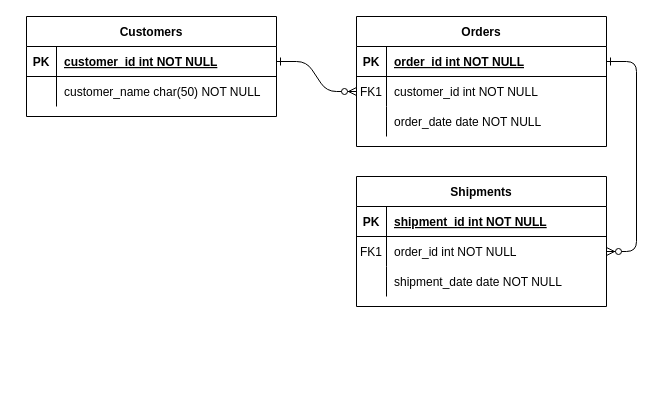
The draw.io diagram Diagramme sans nom.drawio in leonardo75018/nodejs-rest-api-technical-test, before the edit. Source tidied: cells renumbered, new cells numbered last; positions are measured from the earlier drawing's top-left corner, leaving out a move shared by most shapes. Both pictures are drawn from the tidied source at 100%, with x=0, y=0 at pixel (26, 16).
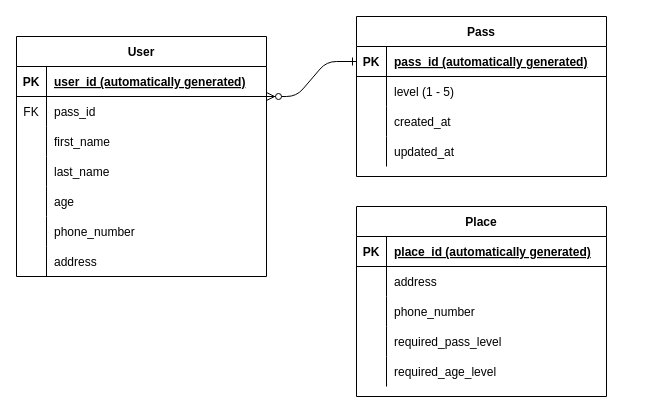
The same page after the edit.

Commit message:
Mettre à jour Diagramme.drawio

Unchanged cells that the change refers to:
```xml
<mxCell id="5" style="shape=partialRectangle;fillColor=none;points=[[0,0.5],[1,0.5]];portConstraint=eastwest;top=0;left=0;right=0;bottom=1;" parent="4" vertex="1">
  <mxGeometry y="30" width="250" height="30" as="geometry" />
</mxCell>
<mxCell id="15" style="shape=partialRectangle;fillColor=none;top=0;left=0;right=0;bottom=1;" parent="14" vertex="1">
  <mxGeometry y="30" width="250" height="30" as="geometry" />
</mxCell>
<mxCell id="18" style="shape=partialRectangle;fillColor=none;points=[[0,0.5],[1,0.5]];portConstraint=eastwest;top=0;left=0;right=0;bottom=0;" parent="14" vertex="1">
  <mxGeometry y="60" width="250" height="30" as="geometry" />
</mxCell>
<mxCell id="21" style="shape=partialRectangle;fillColor=none;top=0;left=0;right=0;bottom=0;" parent="14" vertex="1">
  <mxGeometry y="90" width="250" height="30" as="geometry" />
</mxCell>
```

The edit, as a diff of the source:
```diff
@@
-    <mxCell id="2" style="edgeStyle=entityRelationEdgeStyle;endArrow=ERzeroToMany;startArrow=ERone;endFill=1;startFill=0;" parent="1" edge="1" source="25" target="8">
-      <mxGeometry relative="1" as="geometry" />
-    </mxCell>
-    <mxCell id="3" style="edgeStyle=entityRelationEdgeStyle;endArrow=ERzeroToMany;startArrow=ERone;endFill=1;startFill=0;" parent="1" edge="1" source="5" target="18">
-      <mxGeometry relative="1" as="geometry" />
-    </mxCell>
+    <mxCell id="24" value="User" style="shape=table;startSize=30;childLayout=tableLayout;rowLines=0;fontStyle=1;align=center;" parent="1" vertex="1">
+      <mxGeometry x="-10" y="20" width="250" height="240" as="geometry" />
+    </mxCell>
+    <mxCell id="25" style="shape=partialRectangle;fillColor=none;points=[[0,0.5],[1,0.5]];portConstraint=eastwest;top=0;left=0;right=0;bottom=1;" parent="24" vertex="1">
+      <mxGeometry y="30" width="250" height="30" as="geometry" />
+    </mxCell>
+    <mxCell id="26" value="PK" style="shape=partialRectangle;overflow=hidden;fillColor=none;top=0;left=0;bottom=0;right=0;fontStyle=1;" parent="25" vertex="1">
+      <mxGeometry width="30" height="30" as="geometry" />
+    </mxCell>
+    <mxCell id="27" value="user_id (automatically generated) " style="shape=partialRectangle;overflow=hidden;fillColor=none;top=0;left=0;bottom=0;right=0;align=left;spacingLeft=6;fontStyle=5;" parent="25" vertex="1">
+      <mxGeometry x="30" width="220" height="30" as="geometry" />
+    </mxCell>
+    <mxCell id="31" style="shape=tableRow;horizontal=0;startSize=0;swimlaneHead=0;swimlaneBody=0;fillColor=none;top=0;left=0;right=0;bottom=0;" parent="24" vertex="1">
+      <mxGeometry y="60" width="250" height="30" as="geometry" />
+    </mxCell>
+    <mxCell id="32" value="FK" style="shape=partialRectangle;fillColor=none;top=0;left=0;bottom=0;right=0;fontStyle=0;overflow=hidden;" parent="31" vertex="1">
+      <mxGeometry width="30" height="30" as="geometry" />
+    </mxCell>
+    <mxCell id="33" value="pass_id" style="shape=partialRectangle;fillColor=none;top=0;left=0;bottom=0;right=0;align=left;spacingLeft=6;fontStyle=0;overflow=hidden;" parent="31" vertex="1">
+      <mxGeometry x="30" width="220" height="30" as="geometry" />
+    </mxCell>
+    <mxCell id="28" style="shape=partialRectangle;fillColor=none;top=0;left=0;right=0;bottom=0;" parent="24" vertex="1">
+      <mxGeometry y="90" width="250" height="30" as="geometry" />
+    </mxCell>
+    <mxCell id="29" style="shape=partialRectangle;overflow=hidden;fillColor=none;top=0;left=0;bottom=0;right=0;" parent="28" vertex="1">
+      <mxGeometry width="30" height="30" as="geometry" />
+    </mxCell>
+    <mxCell id="30" value="first_name" style="shape=partialRectangle;overflow=hidden;fillColor=none;top=0;left=0;bottom=0;right=0;align=left;spacingLeft=6;" parent="28" vertex="1">
+      <mxGeometry x="30" width="220" height="30" as="geometry" />
+    </mxCell>
+    <mxCell id="34" style="shape=tableRow;horizontal=0;startSize=0;swimlaneHead=0;swimlaneBody=0;fillColor=none;top=0;left=0;right=0;bottom=0;" parent="24" vertex="1">
+      <mxGeometry y="120" width="250" height="30" as="geometry" />
+    </mxCell>
+    <mxCell id="35" style="shape=partialRectangle;fillColor=none;top=0;left=0;bottom=0;right=0;overflow=hidden;" parent="34" vertex="1">
+      <mxGeometry width="30" height="30" as="geometry" />
+    </mxCell>
+    <mxCell id="36" value="last_name" style="shape=partialRectangle;fillColor=none;top=0;left=0;bottom=0;right=0;align=left;spacingLeft=6;overflow=hidden;" parent="34" vertex="1">
+      <mxGeometry x="30" width="220" height="30" as="geometry" />
+    </mxCell>
+    <mxCell id="37" style="shape=tableRow;horizontal=0;startSize=0;swimlaneHead=0;swimlaneBody=0;fillColor=none;top=0;left=0;right=0;bottom=0;" parent="24" vertex="1">
+      <mxGeometry y="150" width="250" height="30" as="geometry" />
+    </mxCell>
+    <mxCell id="38" style="shape=partialRectangle;fillColor=none;top=0;left=0;bottom=0;right=0;overflow=hidden;" parent="37" vertex="1">
+      <mxGeometry width="30" height="30" as="geometry" />
+    </mxCell>
+    <mxCell id="39" value="age" style="shape=partialRectangle;fillColor=none;top=0;left=0;bottom=0;right=0;align=left;spacingLeft=6;overflow=hidden;" parent="37" vertex="1">
+      <mxGeometry x="30" width="220" height="30" as="geometry" />
+    </mxCell>
+    <mxCell id="40" style="shape=tableRow;horizontal=0;startSize=0;swimlaneHead=0;swimlaneBody=0;fillColor=none;top=0;left=0;right=0;bottom=0;" parent="24" vertex="1">
+      <mxGeometry y="180" width="250" height="30" as="geometry" />
+    </mxCell>
+    <mxCell id="41" style="shape=partialRectangle;fillColor=none;top=0;left=0;bottom=0;right=0;overflow=hidden;" parent="40" vertex="1">
+      <mxGeometry width="30" height="30" as="geometry" />
+    </mxCell>
+    <mxCell id="42" value="phone_number" style="shape=partialRectangle;fillColor=none;top=0;left=0;bottom=0;right=0;align=left;spacingLeft=6;overflow=hidden;" parent="40" vertex="1">
+      <mxGeometry x="30" width="220" height="30" as="geometry" />
+    </mxCell>
+    <mxCell id="43" style="shape=tableRow;horizontal=0;startSize=0;swimlaneHead=0;swimlaneBody=0;fillColor=none;top=0;left=0;right=0;bottom=0;" parent="24" vertex="1">
+      <mxGeometry y="210" width="250" height="30" as="geometry" />
+    </mxCell>
+    <mxCell id="44" style="shape=partialRectangle;fillColor=none;top=0;left=0;bottom=0;right=0;overflow=hidden;" parent="43" vertex="1">
+      <mxGeometry width="30" height="30" as="geometry" />
+    </mxCell>
+    <mxCell id="45" value="address" style="shape=partialRectangle;fillColor=none;top=0;left=0;bottom=0;right=0;align=left;spacingLeft=6;overflow=hidden;" parent="43" vertex="1">
+      <mxGeometry x="30" width="220" height="30" as="geometry" />
+    </mxCell>
-    <mxCell id="4" value="Orders" style="shape=table;startSize=30;childLayout=tableLayout;rowLines=0;fontStyle=1;align=center;" parent="1" vertex="1">
-      <mxGeometry x="330" width="250" height="130" as="geometry" />
+    <mxCell id="4" value="Pass" style="shape=table;startSize=30;childLayout=tableLayout;rowLines=0;fontStyle=1;align=center;" parent="1" vertex="1">
+      <mxGeometry x="330" width="250" height="160" as="geometry" />
     </mxCell>
@@
-    <mxCell id="7" value="order_id int NOT NULL " style="shape=partialRectangle;overflow=hidden;fillColor=none;top=0;left=0;bottom=0;right=0;align=left;spacingLeft=6;fontStyle=5;" parent="5" vertex="1">
+    <mxCell id="7" value="pass_id (automatically generated) " style="shape=partialRectangle;overflow=hidden;fillColor=none;top=0;left=0;bottom=0;right=0;align=left;spacingLeft=6;fontStyle=5;" parent="5" vertex="1">
       <mxGeometry x="30" width="220" height="30" as="geometry" />
     </mxCell>
-    <mxCell id="8" style="shape=partialRectangle;fillColor=none;points=[[0,0.5],[1,0.5]];portConstraint=eastwest;top=0;left=0;right=0;bottom=0;" parent="4" vertex="1">
-      <mxGeometry y="60" width="250" height="30" as="geometry" />
-    </mxCell>
-    <mxCell id="9" value="FK1" style="shape=partialRectangle;overflow=hidden;fillColor=none;top=0;left=0;bottom=0;right=0;" parent="8" vertex="1">
-      <mxGeometry width="30" height="30" as="geometry" />
-    </mxCell>
-    <mxCell id="10" value="customer_id int NOT NULL" style="shape=partialRectangle;overflow=hidden;fillColor=none;top=0;left=0;bottom=0;right=0;align=left;spacingLeft=6;" parent="8" vertex="1">
-      <mxGeometry x="30" width="220" height="30" as="geometry" />
-    </mxCell>
     <mxCell id="11" style="shape=partialRectangle;fillColor=none;top=0;left=0;right=0;bottom=0;" parent="4" vertex="1">
-      <mxGeometry y="90" width="250" height="30" as="geometry" />
+      <mxGeometry y="60" width="250" height="30" as="geometry" />
     </mxCell>
@@
-    <mxCell id="13" value="order_date date NOT NULL" style="shape=partialRectangle;overflow=hidden;fillColor=none;top=0;left=0;bottom=0;right=0;align=left;spacingLeft=6;" parent="11" vertex="1">
+    <mxCell id="13" value="level (1 - 5)" style="shape=partialRectangle;overflow=hidden;fillColor=none;top=0;left=0;bottom=0;right=0;align=left;spacingLeft=6;" parent="11" vertex="1">
       <mxGeometry x="30" width="220" height="30" as="geometry" />
     </mxCell>
+    <mxCell id="46" style="shape=tableRow;horizontal=0;startSize=0;swimlaneHead=0;swimlaneBody=0;fillColor=none;top=0;left=0;right=0;bottom=0;" parent="4" vertex="1">
+      <mxGeometry y="90" width="250" height="30" as="geometry" />
+    </mxCell>
+    <mxCell id="47" style="shape=partialRectangle;fillColor=none;top=0;left=0;bottom=0;right=0;overflow=hidden;" parent="46" vertex="1">
+      <mxGeometry width="30" height="30" as="geometry" />
+    </mxCell>
+    <mxCell id="48" value="created_at" style="shape=partialRectangle;fillColor=none;top=0;left=0;bottom=0;right=0;align=left;spacingLeft=6;overflow=hidden;" parent="46" vertex="1">
+      <mxGeometry x="30" width="220" height="30" as="geometry" />
+    </mxCell>
+    <mxCell id="49" style="shape=tableRow;horizontal=0;startSize=0;swimlaneHead=0;swimlaneBody=0;fillColor=none;top=0;left=0;right=0;bottom=0;" parent="4" vertex="1">
+      <mxGeometry y="120" width="250" height="30" as="geometry" />
+    </mxCell>
+    <mxCell id="50" style="shape=partialRectangle;fillColor=none;top=0;left=0;bottom=0;right=0;overflow=hidden;" parent="49" vertex="1">
+      <mxGeometry width="30" height="30" as="geometry" />
+    </mxCell>
+    <mxCell id="51" value="updated_at" style="shape=partialRectangle;fillColor=none;top=0;left=0;bottom=0;right=0;align=left;spacingLeft=6;overflow=hidden;" parent="49" vertex="1">
+      <mxGeometry x="30" width="220" height="30" as="geometry" />
+    </mxCell>
-    <mxCell id="14" value="Shipments" style="shape=table;startSize=30;childLayout=tableLayout;rowLines=0;fontStyle=1;align=center;" parent="1" vertex="1">
-      <mxGeometry x="330" y="160" width="250" height="130" as="geometry" />
+    <mxCell id="14" value="Place" style="shape=table;startSize=30;childLayout=tableLayout;rowLines=0;fontStyle=1;align=center;" parent="1" vertex="1">
+      <mxGeometry x="330" y="190" width="250" height="190" as="geometry" />
     </mxCell>
@@
-    <mxCell id="17" value="shipment_id int NOT NULL " style="shape=partialRectangle;overflow=hidden;fillColor=none;top=0;left=0;bottom=0;right=0;align=left;spacingLeft=6;fontStyle=5;" parent="15" vertex="1">
+    <mxCell id="17" value="place_id (automatically generated) " style="shape=partialRectangle;overflow=hidden;fillColor=none;top=0;left=0;bottom=0;right=0;align=left;spacingLeft=6;fontStyle=5;" parent="15" vertex="1">
       <mxGeometry x="30" width="220" height="30" as="geometry" />
     </mxCell>
@@
-    <mxCell id="19" value="FK1" style="shape=partialRectangle;overflow=hidden;fillColor=none;top=0;left=0;bottom=0;right=0;" parent="18" vertex="1">
+    <mxCell id="19" style="shape=partialRectangle;overflow=hidden;fillColor=none;top=0;left=0;bottom=0;right=0;" parent="18" vertex="1">
       <mxGeometry width="30" height="30" as="geometry" />
     </mxCell>
-    <mxCell id="20" value="order_id int NOT NULL" style="shape=partialRectangle;overflow=hidden;fillColor=none;top=0;left=0;bottom=0;right=0;align=left;spacingLeft=6;" parent="18" vertex="1">
+    <mxCell id="20" value="address" style="shape=partialRectangle;overflow=hidden;fillColor=none;top=0;left=0;bottom=0;right=0;align=left;spacingLeft=6;" parent="18" vertex="1">
       <mxGeometry x="30" width="220" height="30" as="geometry" />
     </mxCell>
@@
-    <mxCell id="23" value="shipment_date date NOT NULL" style="shape=partialRectangle;overflow=hidden;fillColor=none;top=0;left=0;bottom=0;right=0;align=left;spacingLeft=6;" parent="21" vertex="1">
+    <mxCell id="23" value="phone_number" style="shape=partialRectangle;overflow=hidden;fillColor=none;top=0;left=0;bottom=0;right=0;align=left;spacingLeft=6;" parent="21" vertex="1">
       <mxGeometry x="30" width="220" height="30" as="geometry" />
     </mxCell>
-    <mxCell id="24" value="Customers" style="shape=table;startSize=30;childLayout=tableLayout;rowLines=0;fontStyle=1;align=center;" parent="1" vertex="1">
-      <mxGeometry width="250" height="100" as="geometry" />
-    </mxCell>
-    <mxCell id="25" style="shape=partialRectangle;fillColor=none;points=[[0,0.5],[1,0.5]];portConstraint=eastwest;top=0;left=0;right=0;bottom=1;" parent="24" vertex="1">
-      <mxGeometry y="30" width="250" height="30" as="geometry" />
-    </mxCell>
-    <mxCell id="26" value="PK" style="shape=partialRectangle;overflow=hidden;fillColor=none;top=0;left=0;bottom=0;right=0;fontStyle=1;" parent="25" vertex="1">
-      <mxGeometry width="30" height="30" as="geometry" />
-    </mxCell>
-    <mxCell id="27" value="customer_id int NOT NULL " style="shape=partialRectangle;overflow=hidden;fillColor=none;top=0;left=0;bottom=0;right=0;align=left;spacingLeft=6;fontStyle=5;" parent="25" vertex="1">
-      <mxGeometry x="30" width="220" height="30" as="geometry" />
-    </mxCell>
-    <mxCell id="28" style="shape=partialRectangle;fillColor=none;top=0;left=0;right=0;bottom=0;" parent="24" vertex="1">
-      <mxGeometry y="60" width="250" height="30" as="geometry" />
-    </mxCell>
-    <mxCell id="29" style="shape=partialRectangle;overflow=hidden;fillColor=none;top=0;left=0;bottom=0;right=0;" parent="28" vertex="1">
-      <mxGeometry width="30" height="30" as="geometry" />
-    </mxCell>
-    <mxCell id="30" value="customer_name char(50) NOT NULL" style="shape=partialRectangle;overflow=hidden;fillColor=none;top=0;left=0;bottom=0;right=0;align=left;spacingLeft=6;" parent="28" vertex="1">
-      <mxGeometry x="30" width="220" height="30" as="geometry" />
-    </mxCell>
+    <mxCell id="52" style="shape=tableRow;horizontal=0;startSize=0;swimlaneHead=0;swimlaneBody=0;fillColor=none;top=0;left=0;right=0;bottom=0;" parent="14" vertex="1">
+      <mxGeometry y="120" width="250" height="30" as="geometry" />
+    </mxCell>
+    <mxCell id="53" style="shape=partialRectangle;fillColor=none;top=0;left=0;bottom=0;right=0;overflow=hidden;" parent="52" vertex="1">
+      <mxGeometry width="30" height="30" as="geometry" />
+    </mxCell>
+    <mxCell id="54" value="required_pass_level" style="shape=partialRectangle;fillColor=none;top=0;left=0;bottom=0;right=0;align=left;spacingLeft=6;overflow=hidden;" parent="52" vertex="1">
+      <mxGeometry x="30" width="220" height="30" as="geometry" />
+    </mxCell>
+    <mxCell id="55" style="shape=tableRow;horizontal=0;startSize=0;swimlaneHead=0;swimlaneBody=0;fillColor=none;top=0;left=0;right=0;bottom=0;" parent="14" vertex="1">
+      <mxGeometry y="150" width="250" height="30" as="geometry" />
+    </mxCell>
+    <mxCell id="56" style="shape=partialRectangle;fillColor=none;top=0;left=0;bottom=0;right=0;overflow=hidden;" parent="55" vertex="1">
+      <mxGeometry width="30" height="30" as="geometry" />
+    </mxCell>
+    <mxCell id="57" value="required_age_level" style="shape=partialRectangle;fillColor=none;top=0;left=0;bottom=0;right=0;align=left;spacingLeft=6;overflow=hidden;" parent="55" vertex="1">
+      <mxGeometry x="30" width="220" height="30" as="geometry" />
+    </mxCell>
+    <mxCell id="2" style="edgeStyle=entityRelationEdgeStyle;endArrow=ERzeroToMany;startArrow=ERone;endFill=1;startFill=0;entryX=1;entryY=0.25;entryDx=0;entryDy=0;exitX=0;exitY=0.5;exitDx=0;exitDy=0;" parent="1" edge="1" source="5" target="24">
+      <mxGeometry relative="1" as="geometry" />
+    </mxCell>
```
